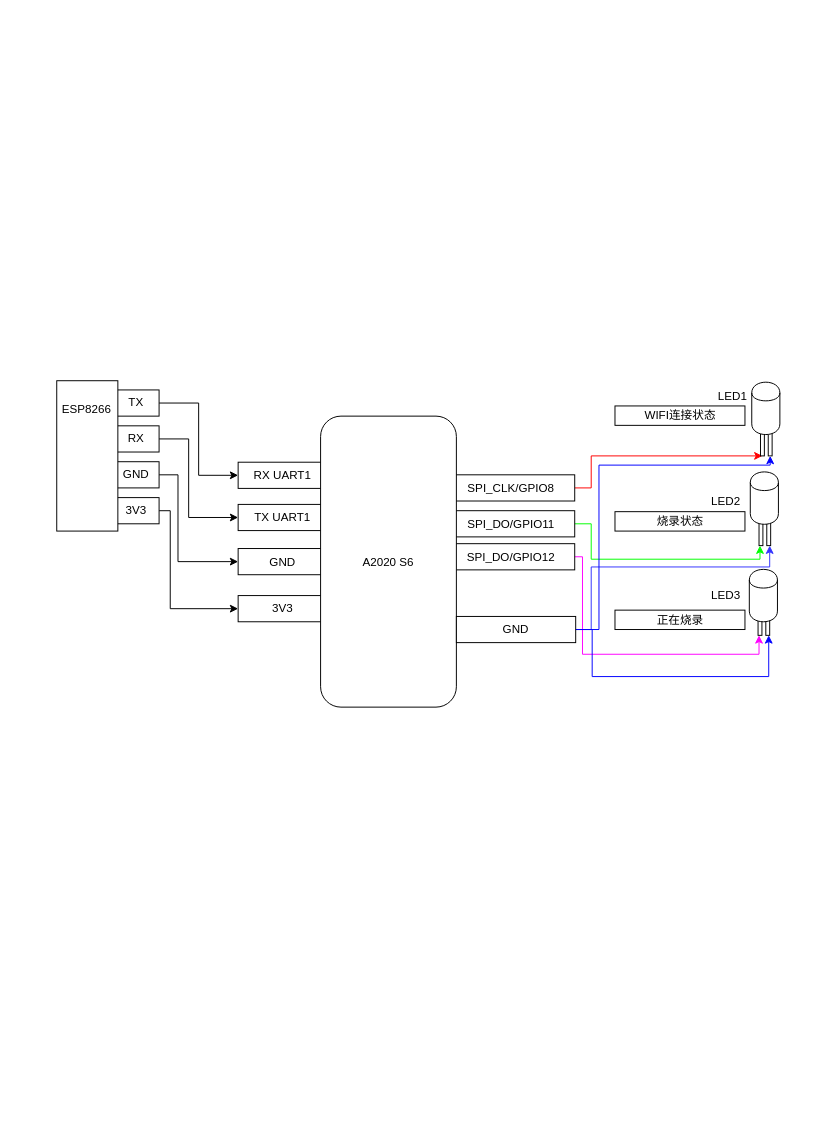
The draw.io diagram FirmwareMachineS331.drawio in svija/pubsub, before the edit. Source tidied: cells renumbered, new cells numbered last; positions are measured from the earlier drawing's top-left corner, leaving out a move shared by most shapes. Both pictures are drawn from the tidied source at 97%, with x=0, y=0 at pixel (55, 380).
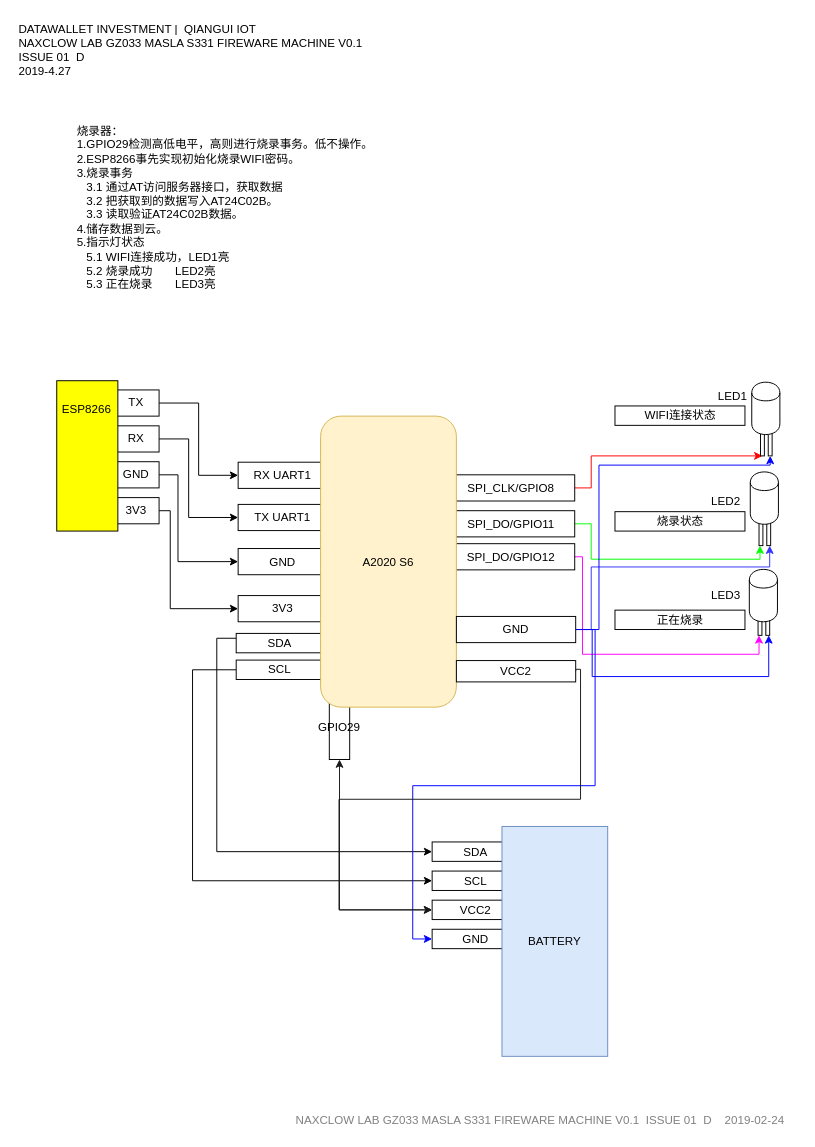
Above is the later version.

Unchanged cells that the change refers to:
```xml
<mxCell id="26" value="GND" style="rounded=0;whiteSpace=wrap;html=1;" parent="1" vertex="1">
  <mxGeometry x="413" y="243" width="123" height="27" as="geometry" />
</mxCell>
```

What changed in the source:
```diff
@@
-<mxGraphModel background="#ffffff">
+<mxGraphModel background="#FFFFFF">
@@
+    <mxCell id="42" value="GPIO29" style="rounded=0;whiteSpace=wrap;html=1;" parent="1" vertex="1">
+      <mxGeometry x="282" y="324.5" width="21" height="66" as="geometry" />
+    </mxCell>
+    <mxCell id="43" style="edgeStyle=orthogonalEdgeStyle;rounded=0;jettySize=auto;html=1;exitX=0;exitY=0.25;exitDx=0;exitDy=0;entryX=0;entryY=0.5;entryDx=0;entryDy=0;strokeColor=#000000;" parent="1" edge="1" source="44" target="50">
+      <mxGeometry relative="1" as="geometry" />
+    </mxCell>
+    <mxCell id="44" value="SDA" style="rounded=0;whiteSpace=wrap;html=1;" parent="1" vertex="1">
+      <mxGeometry x="186" y="260.5" width="90" height="20" as="geometry" />
+    </mxCell>
+    <mxCell id="45" style="edgeStyle=orthogonalEdgeStyle;rounded=0;jettySize=auto;html=1;exitX=0;exitY=0.5;exitDx=0;exitDy=0;entryX=0;entryY=0.5;entryDx=0;entryDy=0;strokeColor=#000000;" parent="1" edge="1" source="46" target="51">
+      <mxGeometry relative="1" as="geometry">
+        <Array as="points">
+          <mxPoint x="141" y="298.5" />
+          <mxPoint x="141" y="515.5" />
+        </Array>
+      </mxGeometry>
+    </mxCell>
+    <mxCell id="46" value="SCL" style="rounded=0;whiteSpace=wrap;html=1;" parent="1" vertex="1">
+      <mxGeometry x="186" y="288" width="90" height="20" as="geometry" />
+    </mxCell>
@@
-    <mxCell id="14" style="rounded=0;whiteSpace=wrap;html=1;" parent="1" vertex="1">
+    <mxCell id="14" style="rounded=0;whiteSpace=wrap;html=1;fillColor=#FFFF00;" parent="1" vertex="1">
       <mxGeometry x="1" width="63" height="155" as="geometry" />
     </mxCell>
@@
-    <mxCell id="22" value="A2020 S6" style="rounded=1;whiteSpace=wrap;html=1;" parent="1" vertex="1">
+    <mxCell id="22" value="A2020 S6" style="rounded=1;whiteSpace=wrap;html=1;fillColor=#fff2cc;strokeColor=#d6b656;" parent="1" vertex="1">
       <mxGeometry x="273" y="36.5" width="140" height="300" as="geometry" />
     </mxCell>
@@
+    <mxCell id="47" style="edgeStyle=orthogonalEdgeStyle;rounded=0;jettySize=auto;html=1;exitX=1;exitY=0.5;exitDx=0;exitDy=0;entryX=0;entryY=0.5;entryDx=0;entryDy=0;strokeColor=#0000FF;" parent="1" edge="1" source="26" target="54">
+      <mxGeometry relative="1" as="geometry">
+        <Array as="points">
+          <mxPoint x="556" y="256.5" />
+          <mxPoint x="556" y="417.5" />
+          <mxPoint x="368" y="417.5" />
+          <mxPoint x="368" y="575.5" />
+        </Array>
+      </mxGeometry>
+    </mxCell>
@@
+    <mxCell id="48" style="edgeStyle=orthogonalEdgeStyle;rounded=0;jettySize=auto;html=1;exitX=1;exitY=0.5;exitDx=0;exitDy=0;entryX=0;entryY=0.5;entryDx=0;entryDy=0;strokeColor=#1A1A1A;" parent="1" edge="1" source="49" target="53">
+      <mxGeometry relative="1" as="geometry">
+        <Array as="points">
+          <mxPoint x="536" y="297.5" />
+          <mxPoint x="541" y="297.5" />
+          <mxPoint x="541" y="431.5" />
+          <mxPoint x="292" y="431.5" />
+          <mxPoint x="292" y="545.5" />
+        </Array>
+      </mxGeometry>
+    </mxCell>
+    <mxCell id="49" value="VCC2" style="rounded=0;whiteSpace=wrap;html=1;" parent="1" vertex="1">
+      <mxGeometry x="413" y="288.5" width="123" height="22" as="geometry" />
+    </mxCell>
+    <mxCell id="50" value="SDA" style="rounded=0;whiteSpace=wrap;html=1;" parent="1" vertex="1">
+      <mxGeometry x="388" y="475.5" width="90" height="20" as="geometry" />
+    </mxCell>
+    <mxCell id="51" value="SCL" style="rounded=0;whiteSpace=wrap;html=1;" parent="1" vertex="1">
+      <mxGeometry x="388" y="505.5" width="90" height="20" as="geometry" />
+    </mxCell>
+    <mxCell id="52" style="edgeStyle=orthogonalEdgeStyle;rounded=0;jettySize=auto;html=1;exitX=0;exitY=0.5;exitDx=0;exitDy=0;strokeColor=#1A1A1A;endArrow=classic;endFill=1;startArrow=classic;startFill=1;" parent="1" edge="1" source="53" target="42">
+      <mxGeometry relative="1" as="geometry" />
+    </mxCell>
+    <mxCell id="53" value="VCC2" style="rounded=0;whiteSpace=wrap;html=1;" parent="1" vertex="1">
+      <mxGeometry x="388" y="535.5" width="90" height="20" as="geometry" />
+    </mxCell>
+    <mxCell id="54" value="GND" style="rounded=0;whiteSpace=wrap;html=1;" parent="1" vertex="1">
+      <mxGeometry x="388" y="565.5" width="90" height="20" as="geometry" />
+    </mxCell>
+    <mxCell id="55" value="BATTERY" style="rounded=0;whiteSpace=wrap;html=1;fillColor=#dae8fc;strokeColor=#6c8ebf;" parent="1" vertex="1">
+      <mxGeometry x="460" y="459.5" width="109" height="237" as="geometry" />
+    </mxCell>
+    <mxCell id="56" value="烧录器：&lt;br&gt;1.GPIO29检测高低电平，高则进行烧录事务。低不操作。&lt;br&gt;2.ESP8266事先实现初始化烧录WIFI密码。&lt;br&gt;3.烧录事务&lt;br&gt;&amp;nbsp; &amp;nbsp;3.1 通过AT访问服务器接口，获取数据&lt;br&gt;&amp;nbsp; &amp;nbsp;3.2 把获取到的数据写入AT24C02B。&lt;br&gt;&amp;nbsp; &amp;nbsp;3.3 读取验证AT24C02B数据。&lt;br&gt;4.储存数据到云。&lt;br&gt;5.指示灯状态&amp;nbsp;&lt;br&gt;&amp;nbsp; &amp;nbsp;5.1 WIFI连接成功，LED1亮&lt;br&gt;&amp;nbsp; &amp;nbsp;5.2 烧录成功&amp;nbsp; &amp;nbsp; &amp;nbsp; &amp;nbsp;LED2亮&lt;br&gt;&amp;nbsp; &amp;nbsp;5.3 正在烧录&amp;nbsp; &amp;nbsp; &amp;nbsp; &amp;nbsp;LED3亮&lt;br&gt;&lt;br&gt;&lt;br&gt;" style="text;html=1;strokeColor=none;fillColor=none;align=left;verticalAlign=top;whiteSpace=wrap;rounded=0;" parent="1" vertex="1">
+      <mxGeometry x="20" y="-271.5" width="706" height="187" as="geometry" />
+    </mxCell>
+    <mxCell id="57" value="DATAWALLET INVESTMENT |&amp;nbsp; QIANGUI IOT&amp;nbsp;&lt;br&gt;NAXCLOW LAB GZ033 MASLA S331 FIREWARE MACHINE V0.1&amp;nbsp;&lt;br&gt;ISSUE 01&amp;nbsp; D&amp;nbsp;&lt;br&gt;2019-4.27&lt;br&gt;" style="text;html=1;strokeColor=none;fillColor=none;align=left;verticalAlign=middle;whiteSpace=wrap;rounded=0;" parent="1" vertex="1">
+      <mxGeometry x="-40.5" y="-375.5" width="617" height="68" as="geometry" />
+    </mxCell>
+    <mxCell id="58" value="&lt;span&gt;NAXCLOW LAB GZ033 MASLA S331 FIREWARE MACHINE V0.1&amp;nbsp; &lt;/span&gt;&lt;span&gt;ISSUE 01&amp;nbsp; D&amp;nbsp; &amp;nbsp; 2019-02-24&lt;/span&gt;" style="text;html=1;strokeColor=none;fillColor=none;align=center;verticalAlign=middle;whiteSpace=wrap;rounded=0;fontColor=#808080;" parent="1" vertex="1">
+      <mxGeometry x="234" y="752.5" width="531" height="20" as="geometry" />
+    </mxCell>
```
